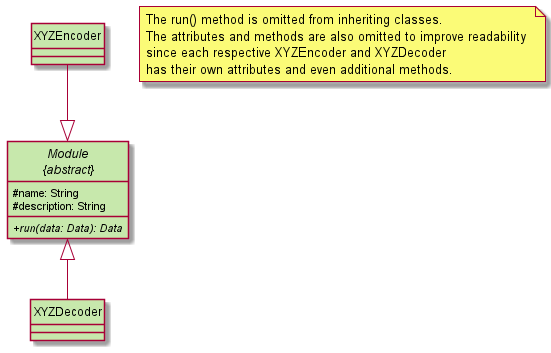
Before: docs/images/dg/ModuleClassDiagramv2.png, a diagram exported from PlantUML (rizemon/tp).
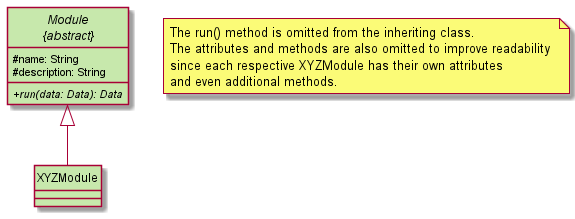
The same file after the commit.

Commit message:
Changed module class diagram to be XYZModule and the explanation as well.

What changed in the source:
```diff
@@ -10,16 +10,11 @@
   {abstract} +run(data: Data): Data
 }
 
-note "The run() method is omitted from inheriting classes.\nThe attributes and methods are also omitted to improve readability \nsince each respective XYZEncoder and XYZDecoder\nhas their own attributes and even additional methods." as omitMessage
+note "The run() method is omitted from the inheriting class.\nThe attributes and methods are also omitted to improve readability \nsince each respective XYZModule has their own attributes\nand even additional methods." as omitMessage
 
-Module <|-down- XYZDecoder
-Module <|-up- XYZEncoder
+Module <|-down- XYZModule
 
-class XYZDecoder MODULE_COLOR{
-
-}
-
-class XYZEncoder MODULE_COLOR {
+class XYZModule MODULE_COLOR{
 
 }
 
```
